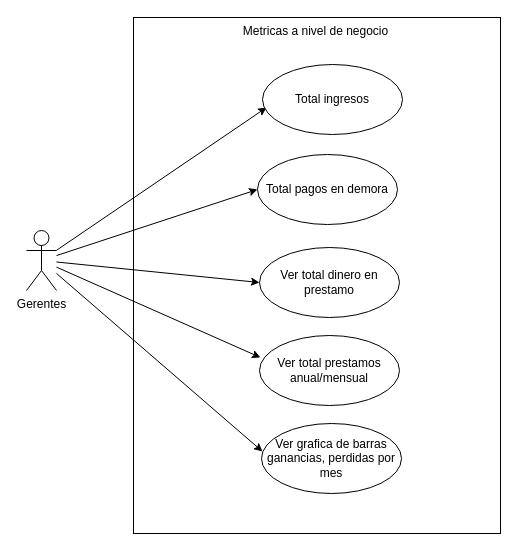
This is docs/use cases/metrics-dashboard.drawio from alexrv11/credicuotas, a draw.io file, before an edit. Source tidied: cells renumbered, new cells numbered last; positions are measured from the earlier drawing's top-left corner, leaving out a move shared by most shapes. Both pictures are drawn from the tidied source at 100%, with x=0, y=0 at pixel (26, 17).
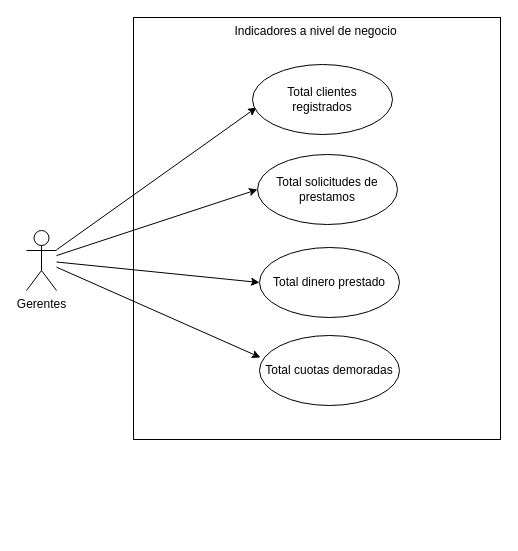
After the change.

Diff of the diagram source:
```diff
@@
 <mxGraphModel>
   <root>
     <mxCell id="0" />
     <mxCell id="1" parent="0" />
     <mxCell id="2" style="rounded=0;whiteSpace=wrap;html=1;" parent="1" vertex="1">
-      <mxGeometry x="107" width="367" height="516" as="geometry" />
+      <mxGeometry x="107" width="367" height="422" as="geometry" />
     </mxCell>
-    <mxCell id="3" value="Total pagos en demora" style="ellipse;whiteSpace=wrap;html=1;" parent="1" vertex="1">
+    <mxCell id="3" value="Total solicitudes de prestamos" style="ellipse;whiteSpace=wrap;html=1;" parent="1" vertex="1">
       <mxGeometry x="231" y="137" width="140" height="70" as="geometry" />
     </mxCell>
     <mxCell id="4" style="edgeStyle=none;html=1;entryX=0.007;entryY=0.314;entryDx=0;entryDy=0;entryPerimeter=0;" parent="1" edge="1" source="9" target="13">
       <mxGeometry relative="1" as="geometry" />
     </mxCell>
     <mxCell id="5" style="edgeStyle=none;html=1;entryX=0;entryY=0.5;entryDx=0;entryDy=0;" parent="1" edge="1" source="9" target="3">
       <mxGeometry relative="1" as="geometry" />
     </mxCell>
     <mxCell id="6" style="edgeStyle=none;html=1;entryX=0;entryY=0.5;entryDx=0;entryDy=0;" parent="1" edge="1" source="9" target="12">
       <mxGeometry relative="1" as="geometry" />
     </mxCell>
     <mxCell id="7" style="edgeStyle=none;html=1;entryX=0.029;entryY=0.614;entryDx=0;entryDy=0;entryPerimeter=0;" parent="1" edge="1" source="9" target="11">
       <mxGeometry relative="1" as="geometry" />
     </mxCell>
-    <mxCell id="8" style="edgeStyle=none;html=1;entryX=0.007;entryY=0.4;entryDx=0;entryDy=0;entryPerimeter=0;" parent="1" edge="1" source="9" target="14">
-      <mxGeometry relative="1" as="geometry" />
-    </mxCell>
     <mxCell id="9" value="Gerentes&lt;br&gt;" style="shape=umlActor;verticalLabelPosition=bottom;verticalAlign=top;html=1;" parent="1" vertex="1">
       <mxGeometry y="213" width="30" height="60" as="geometry" />
     </mxCell>
-    <mxCell id="10" value="Metricas a nivel de negocio" style="text;html=1;align=center;verticalAlign=middle;strokeColor=none;" parent="1" vertex="1">
-      <mxGeometry x="211" y="4.8" width="155" height="18" as="geometry" />
+    <mxCell id="10" value="Indicadores a nivel de negocio" style="text;html=1;align=center;verticalAlign=middle;strokeColor=none;" parent="1" vertex="1">
+      <mxGeometry x="203" y="4.8" width="172" height="18" as="geometry" />
     </mxCell>
-    <mxCell id="11" value="Total ingresos" style="ellipse;whiteSpace=wrap;html=1;" parent="1" vertex="1">
-      <mxGeometry x="236" y="47" width="140" height="70" as="geometry" />
+    <mxCell id="11" value="Total clientes &lt;br&gt;registrados" style="ellipse;whiteSpace=wrap;html=1;" parent="1" vertex="1">
+      <mxGeometry x="226" y="47" width="140" height="70" as="geometry" />
     </mxCell>
-    <mxCell id="12" value="Ver total dinero en prestamo" style="ellipse;whiteSpace=wrap;html=1;" parent="1" vertex="1">
+    <mxCell id="12" value="Total dinero prestado" style="ellipse;whiteSpace=wrap;html=1;" parent="1" vertex="1">
       <mxGeometry x="233" y="230" width="140" height="70" as="geometry" />
     </mxCell>
-    <mxCell id="13" value="Ver total prestamos anual/mensual" style="ellipse;whiteSpace=wrap;html=1;" parent="1" vertex="1">
+    <mxCell id="13" value="Total cuotas demoradas" style="ellipse;whiteSpace=wrap;html=1;" parent="1" vertex="1">
       <mxGeometry x="233" y="318" width="140" height="70" as="geometry" />
     </mxCell>
-    <mxCell id="14" value="Ver grafica de barras ganancias, perdidas por mes" style="ellipse;whiteSpace=wrap;html=1;" parent="1" vertex="1">
-      <mxGeometry x="235" y="406" width="140" height="70" as="geometry" />
-    </mxCell>
   </root>
 </mxGraphModel>
```
